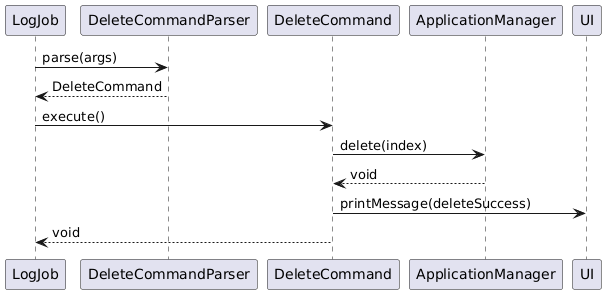
Earlier version of the PlantUML export docs/diagrams/sequence-diagrams/delete-sequence.png (irfandeen/tp). The source it was exported from:
```plantuml
@startuml
participant LogJob
participant DeleteCommandParser
participant DeleteCommand
participant ApplicationManager
participant UI

LogJob -> DeleteCommandParser: parse(args)
DeleteCommandParser --> LogJob: DeleteCommand
LogJob -> DeleteCommand: execute()
DeleteCommand -> ApplicationManager: delete(index)
ApplicationManager --> DeleteCommand: void
DeleteCommand -> UI: printMessage(deleteSuccess)
DeleteCommand --> LogJob: void
@enduml
```
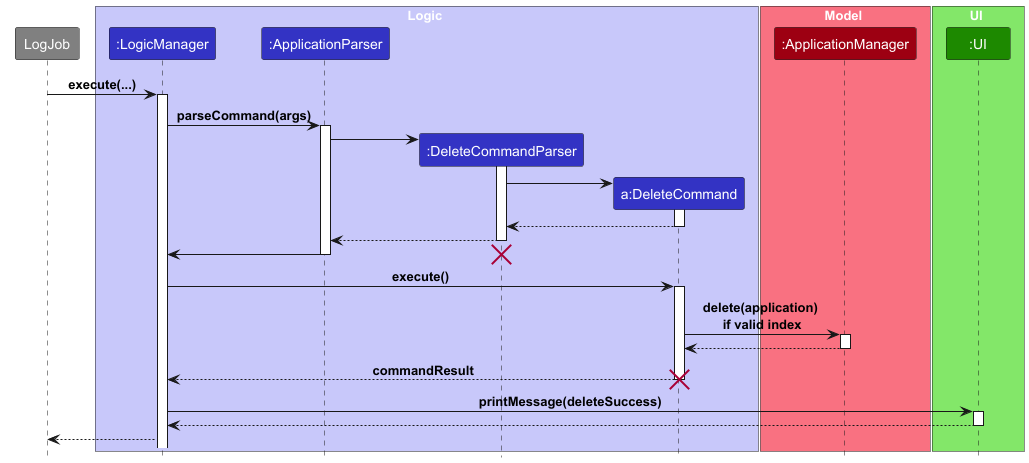
Later version of the same file.

Diff of the diagram source:
```diff
@@ -1,15 +1,61 @@
 @startuml
-participant LogJob
-participant DeleteCommandParser
-participant DeleteCommand
-participant ApplicationManager
-participant UI
 
-LogJob -> DeleteCommandParser: parse(args)
-DeleteCommandParser --> LogJob: DeleteCommand
-LogJob -> DeleteCommand: execute()
-DeleteCommand -> ApplicationManager: delete(index)
-ApplicationManager --> DeleteCommand: void
-DeleteCommand -> UI: printMessage(deleteSuccess)
-DeleteCommand --> LogJob: void
+!include ../../style.puml
+
+participant LogJob #grey
+
+box Logic LOGIC_COLOR_T1
+participant ":LogicManager" as LogicManager LOGIC_COLOR
+participant ":ApplicationParser" as ApplicationParser LOGIC_COLOR
+participant ":DeleteCommandParser" as DeleteCommandParser LOGIC_COLOR
+participant "a:DeleteCommand" as DeleteCommand LOGIC_COLOR
+end box
+
+box Model MODEL_COLOR_T1
+participant ":ApplicationManager" as ApplicationManager MODEL_COLOR
+end box
+
+box UI UI_COLOR_T1
+participant ":UI" as ui UI_COLOR
+end box
+
+LogJob -> LogicManager : execute(...)
+activate LogicManager
+
+LogicManager -> ApplicationParser: parseCommand(args)
+activate ApplicationParser
+
+create DeleteCommandParser
+ApplicationParser -> DeleteCommandParser
+activate DeleteCommandParser
+
+create DeleteCommand
+DeleteCommandParser -> DeleteCommand
+activate DeleteCommand
+DeleteCommand --> DeleteCommandParser
+deactivate
+
+DeleteCommandParser --> ApplicationParser
+deactivate DeleteCommandParser
+ApplicationParser -> LogicManager
+destroy DeleteCommandParser
+deactivate ApplicationParser
+
+LogicManager -> DeleteCommand: execute()
+activate DeleteCommand
+DeleteCommand -> ApplicationManager: delete(application) \nif valid index
+activate ApplicationManager
+ApplicationManager --> DeleteCommand
+deactivate ApplicationManager
+DeleteCommand --> LogicManager: commandResult
+deactivate DeleteCommand
+destroy DeleteCommand
+
+LogicManager -> ui: printMessage(deleteSuccess)
+activate ui
+ui --> LogicManager
+deactivate ui
+deactivate DeleteCommand
+LogicManager --> LogJob
+
 @enduml
```
